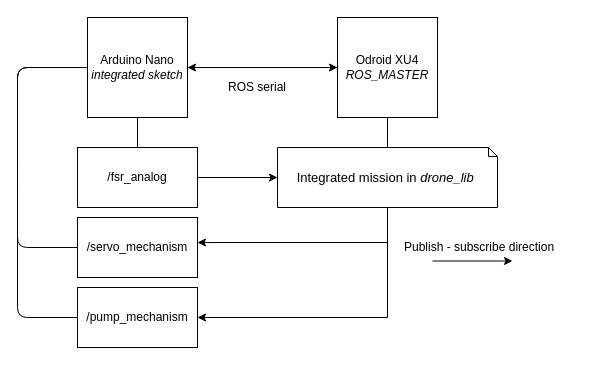
Earlier version of the draw.io diagram Arduino_ROS.drawio (prasannawilliams/high-level-architecture). Source tidied: cells renumbered, new cells numbered last; positions are measured from the earlier drawing's top-left corner, leaving out a move shared by most shapes. Both pictures are drawn from the tidied source at 100%, with x=0, y=0 at pixel (17, 17).
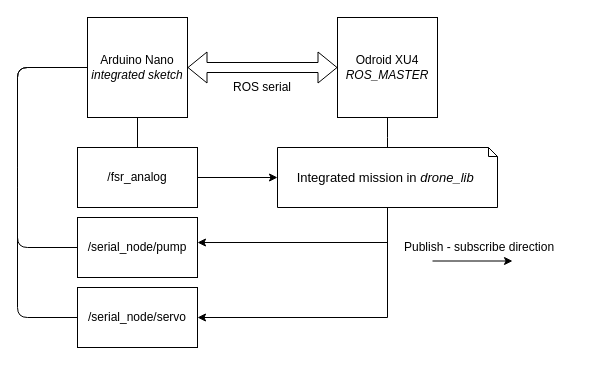
After the change.

The change refers to these unchanged cells:
```xml
<mxCell id="3" value="Arduino Nano&lt;br&gt;&lt;i&gt;integrated sketch&lt;/i&gt;" style="whiteSpace=wrap;html=1;" parent="1" vertex="1">
  <mxGeometry x="70" width="100" height="100" as="geometry" />
</mxCell>
<mxCell id="6" value="Odroid XU4&lt;br&gt;&lt;i&gt;ROS_MASTER&lt;/i&gt;&lt;br&gt;" style="whiteSpace=wrap;html=1;" parent="1" vertex="1">
  <mxGeometry x="320" width="100" height="100" as="geometry" />
</mxCell>
```

The edit, as a diff of the source:
```diff
@@
-    <mxCell id="2" style="edgeStyle=orthogonalEdgeStyle;rounded=0;jettySize=auto;html=1;" parent="1" edge="1" source="3" target="6">
-      <mxGeometry relative="1" as="geometry" />
-    </mxCell>
@@
-    <mxCell id="5" style="edgeStyle=orthogonalEdgeStyle;rounded=0;jettySize=auto;html=1;exitX=0;exitY=0.5;exitDx=0;exitDy=0;entryX=1;entryY=0.5;entryDx=0;entryDy=0;" parent="1" edge="1" source="6" target="3">
-      <mxGeometry relative="1" as="geometry" />
-    </mxCell>
@@
     <mxCell id="7" value="ROS serial&lt;br&gt;" style="text;html=1;strokeColor=none;fillColor=none;align=center;verticalAlign=middle;whiteSpace=wrap;rounded=0;" parent="1" vertex="1">
-      <mxGeometry x="200" y="60" width="80" height="20" as="geometry" />
+      <mxGeometry x="205" y="60" width="80" height="20" as="geometry" />
     </mxCell>
@@
-    <mxCell id="13" value="/servo_mechanism&lt;br&gt;" style="rounded=0;whiteSpace=wrap;html=1;" parent="1" vertex="1">
+    <mxCell id="13" value="/serial_node/pump&lt;br&gt;" style="rounded=0;whiteSpace=wrap;html=1;" parent="1" vertex="1">
       <mxGeometry x="60" y="200" width="120" height="60" as="geometry" />
     </mxCell>
-    <mxCell id="14" value="/pump_mechanism&lt;br&gt;" style="rounded=0;whiteSpace=wrap;html=1;" parent="1" vertex="1">
+    <mxCell id="14" value="/serial_node/servo&lt;br&gt;" style="rounded=0;whiteSpace=wrap;html=1;" parent="1" vertex="1">
       <mxGeometry x="60" y="270" width="120" height="60" as="geometry" />
     </mxCell>
@@
+    <mxCell id="2" style="shape=flexArrow;endArrow=classic;startArrow=classic;html=1;exitX=1;exitY=0.5;exitDx=0;exitDy=0;entryX=0;entryY=0.5;entryDx=0;entryDy=0;" parent="1" edge="1" source="3" target="6">
+      <mxGeometry relative="1" as="geometry" />
+    </mxCell>
```
